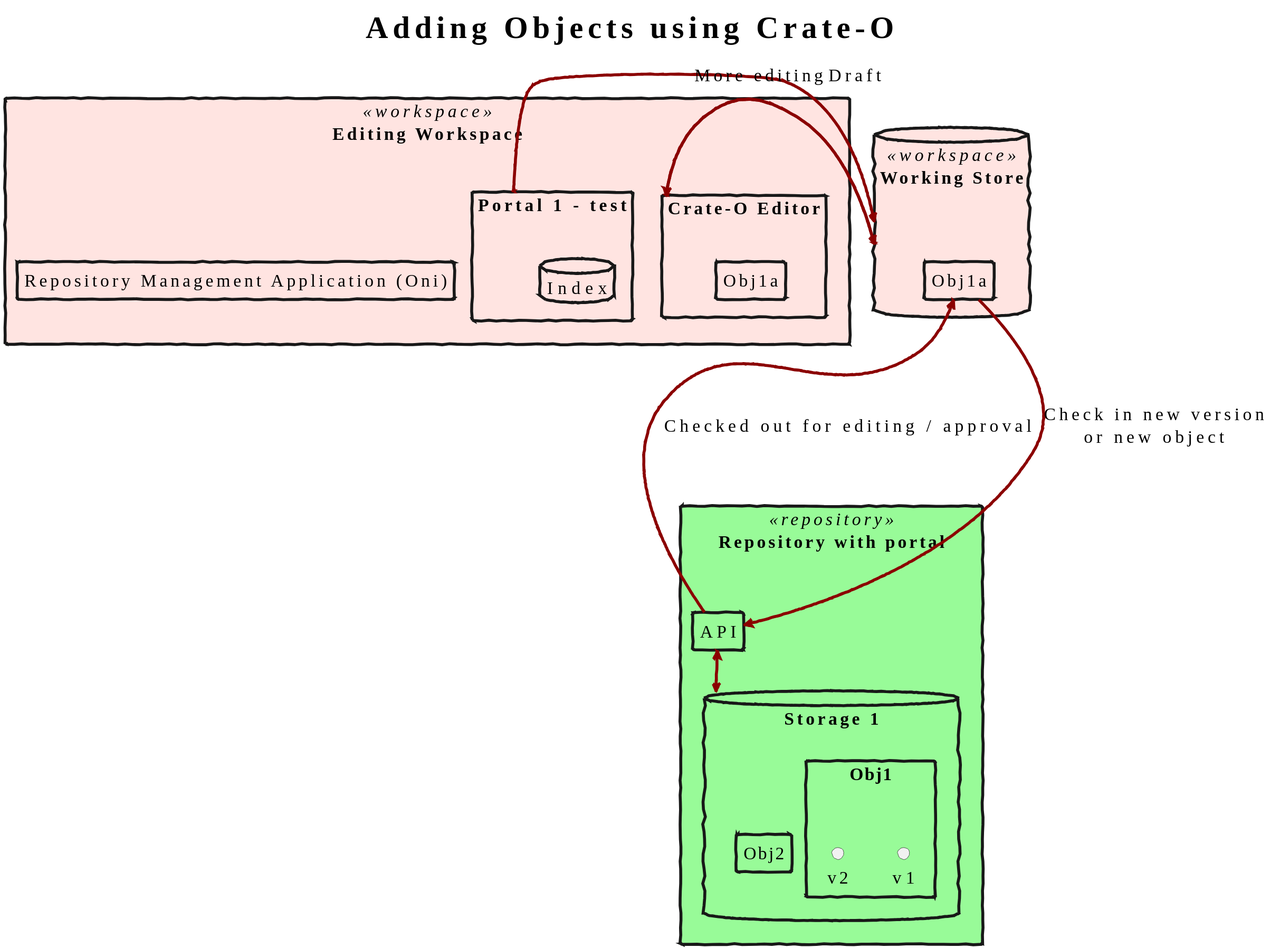
Before: crate-o/simple-object-upload.svg, a diagram exported from PlantUML (Language-Research-Technology/plantuml-diagrams). Its diagram source:
```plantuml
@startuml
!include_many ../data-management-style.txt

title: Adding Objects using Crate-O
rectangle "Repository with portal"  as arch <<repository>> {



        rectangle "API" as api1

    database "Storage 1" as stor1 {
        rectangle "Obj1" {
            interface v1
            interface v2
        }
        rectangle "Obj2"
    }

}

 database "Working Store" <<workspace>> as stor1a {
        rectangle "Obj1a" as Obj1aa

    }
rectangle "Editing Workspace"  as test <<workspace>> {


    rectangle "Crate-O Editor"  as CO {
          rectangle "Obj1a"
    }
    rectangle "Portal 1 - test" as p1a {
        database "Index" as i1a
    }

   rectangle "Repository Management Application (Oni)" {

        rectangle "API" as api1
   }
}



p1a -down-> stor1a
api1 --up--> Obj1aa : Checked out for editing / approval
CO -> stor1a : Draft
stor1a --> CO : More editing
Obj1aa  --down--> api1 : Check in new version\nor new object
api1 <-down-> stor1
@enduml
```
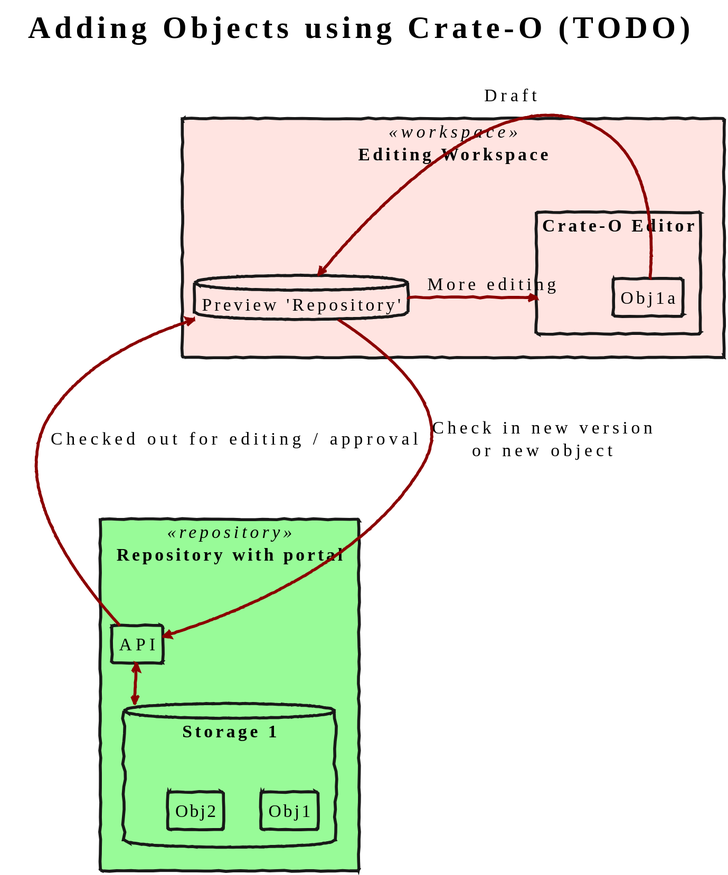
After the change.

Diff of the diagram source:
```diff
@@ -1,7 +1,7 @@
 @startuml
 !include_many ../data-management-style.txt
 
-title: Adding Objects using Crate-O
+title: Adding Objects using Crate-O (TODO)
 rectangle "Repository with portal"  as arch <<repository>> {
 
 
@@ -9,41 +9,31 @@
         rectangle "API" as api1
 
     database "Storage 1" as stor1 {
-        rectangle "Obj1" {
-            interface v1
-            interface v2
-        }
+        rectangle "Obj1"
         rectangle "Obj2"
     }
 
 }
 
- database "Working Store" <<workspace>> as stor1a {
-        rectangle "Obj1a" as Obj1aa
+rectangle "Editing Workspace"  as test <<workspace>> {
+     database "Preview 'Repository'" as p1a {
+     }
 
-    }
-rectangle "Editing Workspace"  as test <<workspace>> {
+
 
 
     rectangle "Crate-O Editor"  as CO {
           rectangle "Obj1a"
     }
-    rectangle "Portal 1 - test" as p1a {
-        database "Index" as i1a
-    }
 
-   rectangle "Repository Management Application (Oni)" {
 
-        rectangle "API" as api1
-   }
 }
 
 
 
-p1a -down-> stor1a
-api1 --up--> Obj1aa : Checked out for editing / approval
-CO -> stor1a : Draft
-stor1a --> CO : More editing
-Obj1aa  --down--> api1 : Check in new version\nor new object
+api1 --right--> p1a : Checked out for editing / approval
+Obj1a -right-> p1a : Draft
+p1a -right-> CO: More editing
+p1a  --down--> api1 : Check in new version\nor new object
 api1 <-down-> stor1
 @enduml
```
